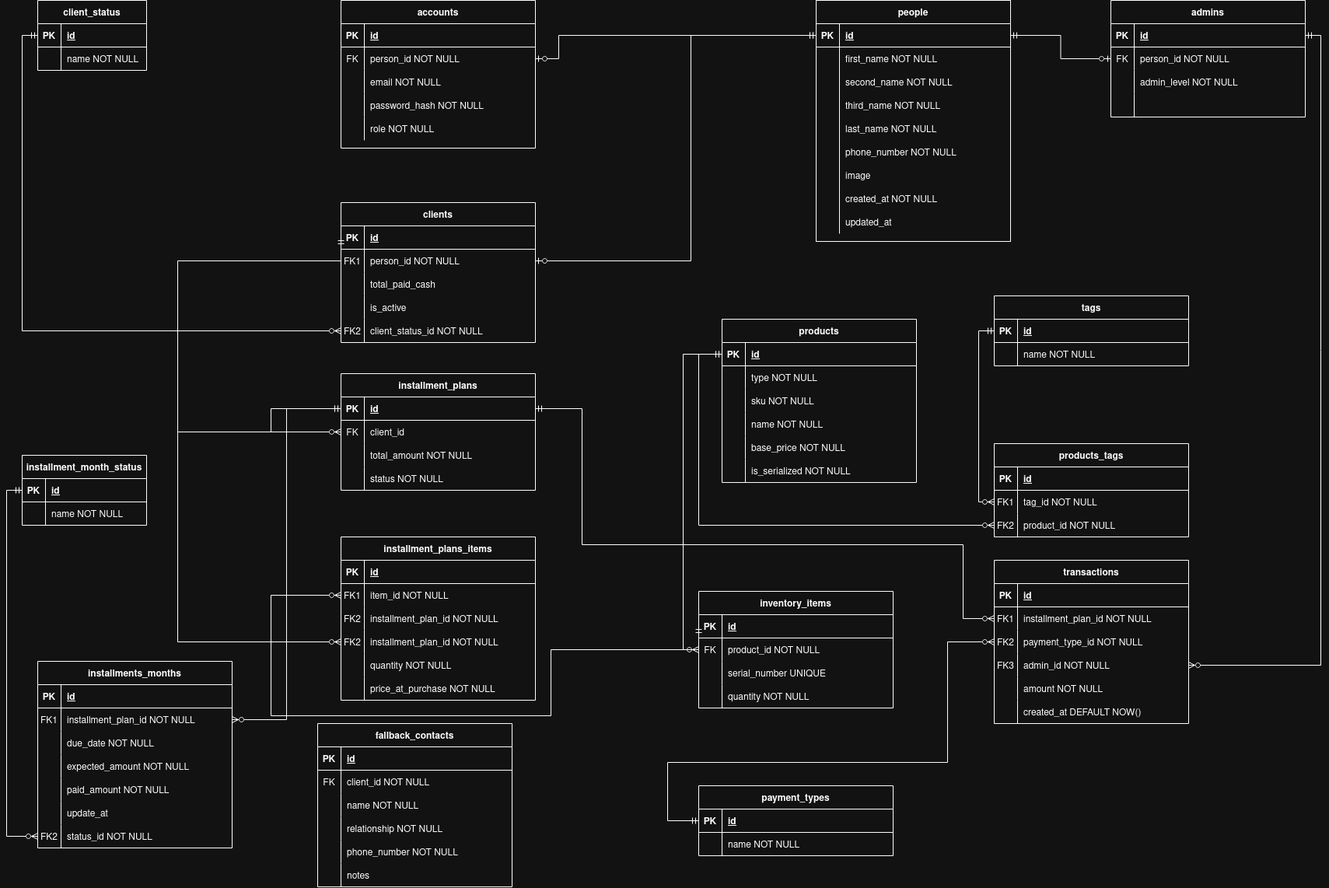
The draw.io diagram installments.drawio.png in ammar-elmesaly/Installments-System, before a commit. Source tidied: cells renumbered, new cells last; positions are measured from the earlier drawing's top-left corner, leaving out a move shared by most shapes.
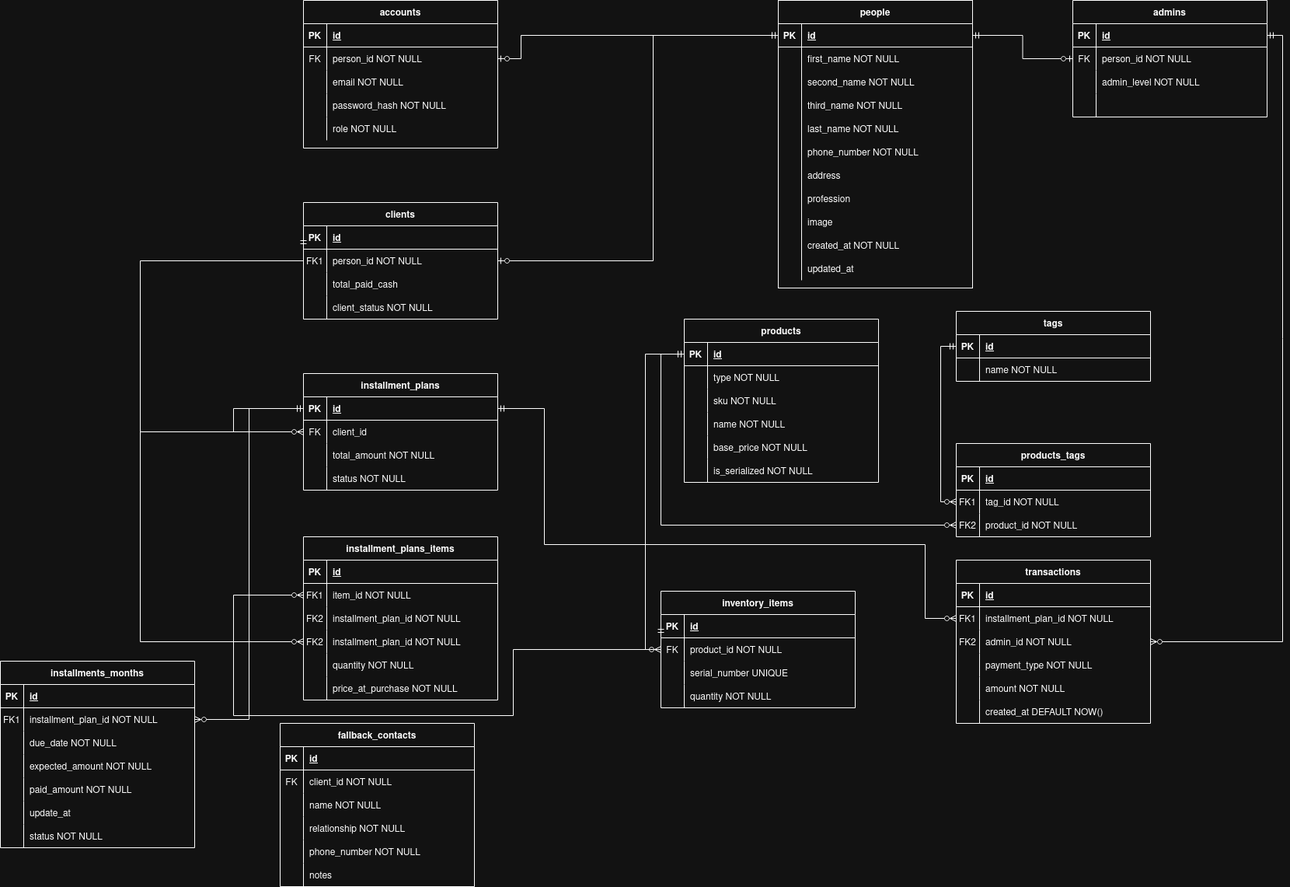
Later version of the same file.

Diff of the diagram source:
```diff
@@ -3,7 +3,7 @@
     <mxCell id="0" />
     <mxCell id="1" parent="0" />
     <mxCell id="2" value="people" style="shape=table;startSize=30;rowLines=0;fontStyle=1;align=center;" parent="1" vertex="1">
-      <mxGeometry x="1021" width="250" height="310" as="geometry" />
+      <mxGeometry x="1021" width="250" height="370" as="geometry" />
     </mxCell>
     <mxCell id="3" style="shape=partialRectangle;fillColor=none;points=[[0,0.5],[1,0.5]];portConstraint=eastwest;top=0;left=0;right=0;bottom=1;" parent="2" vertex="1">
       <mxGeometry y="30" width="250" height="30" as="geometry" />
@@ -59,8 +59,26 @@
     <mxCell id="20" value="phone_number NOT NULL" style="shape=partialRectangle;overflow=hidden;fillColor=none;top=0;left=0;bottom=0;right=0;align=left;spacingLeft=6;" parent="18" vertex="1">
       <mxGeometry x="30" width="220" height="30" as="geometry" />
     </mxCell>
+    <mxCell id="252" style="shape=partialRectangle;fillColor=none;top=0;left=0;right=0;bottom=0;" parent="2" vertex="1">
+      <mxGeometry y="210" width="250" height="30" as="geometry" />
+    </mxCell>
+    <mxCell id="253" style="shape=partialRectangle;overflow=hidden;fillColor=none;top=0;left=0;bottom=0;right=0;" parent="252" vertex="1">
+      <mxGeometry width="30" height="30" as="geometry" />
+    </mxCell>
+    <mxCell id="254" value="address" style="shape=partialRectangle;overflow=hidden;fillColor=none;top=0;left=0;bottom=0;right=0;align=left;spacingLeft=6;" parent="252" vertex="1">
+      <mxGeometry x="30" width="220" height="30" as="geometry" />
+    </mxCell>
+    <mxCell id="255" style="shape=partialRectangle;fillColor=none;top=0;left=0;right=0;bottom=0;" parent="2" vertex="1">
+      <mxGeometry y="240" width="250" height="30" as="geometry" />
+    </mxCell>
+    <mxCell id="256" style="shape=partialRectangle;overflow=hidden;fillColor=none;top=0;left=0;bottom=0;right=0;" parent="255" vertex="1">
+      <mxGeometry width="30" height="30" as="geometry" />
+    </mxCell>
+    <mxCell id="257" value="profession" style="shape=partialRectangle;overflow=hidden;fillColor=none;top=0;left=0;bottom=0;right=0;align=left;spacingLeft=6;" parent="255" vertex="1">
+      <mxGeometry x="30" width="220" height="30" as="geometry" />
+    </mxCell>
     <mxCell id="21" style="shape=partialRectangle;fillColor=none;top=0;left=0;right=0;bottom=0;" parent="2" vertex="1">
-      <mxGeometry y="210" width="250" height="30" as="geometry" />
+      <mxGeometry y="270" width="250" height="30" as="geometry" />
     </mxCell>
     <mxCell id="22" style="shape=partialRectangle;overflow=hidden;fillColor=none;top=0;left=0;bottom=0;right=0;" parent="21" vertex="1">
       <mxGeometry width="30" height="30" as="geometry" />
@@ -69,7 +87,7 @@
       <mxGeometry x="30" width="220" height="30" as="geometry" />
     </mxCell>
     <mxCell id="24" style="shape=partialRectangle;fillColor=none;top=0;left=0;right=0;bottom=0;" parent="2" vertex="1">
-      <mxGeometry y="240" width="250" height="30" as="geometry" />
+      <mxGeometry y="300" width="250" height="30" as="geometry" />
     </mxCell>
     <mxCell id="25" style="shape=partialRectangle;overflow=hidden;fillColor=none;top=0;left=0;bottom=0;right=0;" parent="24" vertex="1">
       <mxGeometry width="30" height="30" as="geometry" />
@@ -78,7 +96,7 @@
       <mxGeometry x="30" width="220" height="30" as="geometry" />
     </mxCell>
     <mxCell id="27" style="shape=partialRectangle;fillColor=none;top=0;left=0;right=0;bottom=0;" parent="2" vertex="1">
-      <mxGeometry y="270" width="250" height="30" as="geometry" />
+      <mxGeometry y="330" width="250" height="30" as="geometry" />
     </mxCell>
     <mxCell id="28" style="shape=partialRectangle;overflow=hidden;fillColor=none;top=0;left=0;bottom=0;right=0;" parent="27" vertex="1">
       <mxGeometry width="30" height="30" as="geometry" />
@@ -135,7 +153,7 @@
       <mxGeometry x="30" width="220" height="30" as="geometry" />
     </mxCell>
     <mxCell id="46" value="clients" style="shape=table;startSize=30;rowLines=0;fontStyle=1;align=center;" parent="1" vertex="1">
-      <mxGeometry x="410" y="260" width="250" height="180" as="geometry" />
+      <mxGeometry x="410" y="260" width="250" height="150" as="geometry" />
     </mxCell>
     <mxCell id="47" style="shape=partialRectangle;fillColor=none;points=[[0,0.5],[1,0.5]];portConstraint=eastwest;top=0;left=0;right=0;bottom=1;" parent="46" vertex="1">
       <mxGeometry y="30" width="250" height="30" as="geometry" />
@@ -164,22 +182,13 @@
     <mxCell id="55" value="total_paid_cash" style="shape=partialRectangle;overflow=hidden;fillColor=none;top=0;left=0;bottom=0;right=0;align=left;spacingLeft=6;" parent="53" vertex="1">
       <mxGeometry x="30" width="220" height="30" as="geometry" />
     </mxCell>
-    <mxCell id="56" style="shape=partialRectangle;fillColor=none;top=0;left=0;right=0;bottom=0;" parent="46" vertex="1">
-      <mxGeometry y="120" width="250" height="30" as="geometry" />
-    </mxCell>
-    <mxCell id="57" style="shape=partialRectangle;overflow=hidden;fillColor=none;top=0;left=0;bottom=0;right=0;" parent="56" vertex="1">
-      <mxGeometry width="30" height="30" as="geometry" />
-    </mxCell>
-    <mxCell id="58" value="is_active" style="shape=partialRectangle;overflow=hidden;fillColor=none;top=0;left=0;bottom=0;right=0;align=left;spacingLeft=6;" parent="56" vertex="1">
-      <mxGeometry x="30" width="220" height="30" as="geometry" />
-    </mxCell>
     <mxCell id="59" style="shape=partialRectangle;fillColor=none;points=[[0,0.5],[1,0.5]];portConstraint=eastwest;top=0;left=0;right=0;bottom=0;" parent="46" vertex="1">
-      <mxGeometry y="150" width="250" height="30" as="geometry" />
+      <mxGeometry y="120" width="250" height="30" as="geometry" />
     </mxCell>
-    <mxCell id="60" value="FK2" style="shape=partialRectangle;overflow=hidden;fillColor=none;top=0;left=0;bottom=0;right=0;" parent="59" vertex="1">
+    <mxCell id="60" style="shape=partialRectangle;overflow=hidden;fillColor=none;top=0;left=0;bottom=0;right=0;" parent="59" vertex="1">
       <mxGeometry width="30" height="30" as="geometry" />
     </mxCell>
-    <mxCell id="61" value="client_status_id NOT NULL" style="shape=partialRectangle;overflow=hidden;fillColor=none;top=0;left=0;bottom=0;right=0;align=left;spacingLeft=6;" parent="59" vertex="1">
+    <mxCell id="61" value="client_status NOT NULL" style="shape=partialRectangle;overflow=hidden;fillColor=none;top=0;left=0;bottom=0;right=0;align=left;spacingLeft=6;" parent="59" vertex="1">
       <mxGeometry x="30" width="220" height="30" as="geometry" />
     </mxCell>
     <mxCell id="62" style="edgeStyle=orthogonalEdgeStyle;rounded=0;jettySize=auto;html=1;exitX=1;exitY=0.5;exitDx=0;exitDy=0;entryX=0;entryY=0.5;entryDx=0;entryDy=0;strokeColor=default;endArrow=ERmandOne;endFill=0;strokeWidth=1;startArrow=ERzeroToOne;startFill=0;" parent="1" edge="1" source="50" target="3">
@@ -388,7 +397,7 @@
       <mxGeometry relative="1" as="geometry" />
     </mxCell>
     <mxCell id="125" value="tags" style="shape=table;startSize=30;rowLines=0;fontStyle=1;align=center;" parent="1" vertex="1">
-      <mxGeometry x="1250" y="380" width="250" height="90" as="geometry" />
+      <mxGeometry x="1250" y="400" width="250" height="90" as="geometry" />
     </mxCell>
     <mxCell id="126" style="shape=partialRectangle;fillColor=none;points=[[0,0.5],[1,0.5]];portConstraint=eastwest;top=0;left=0;right=0;bottom=1;" parent="125" vertex="1">
       <mxGeometry y="30" width="250" height="30" as="geometry" />
@@ -548,24 +557,24 @@
     <mxCell id="171" value="installment_plan_id NOT NULL" style="shape=partialRectangle;overflow=hidden;fillColor=none;top=0;left=0;bottom=0;right=0;align=left;spacingLeft=6;" parent="169" vertex="1">
       <mxGeometry x="30" width="220" height="30" as="geometry" />
     </mxCell>
-    <mxCell id="172" style="shape=partialRectangle;fillColor=none;points=[[0,0.5],[1,0.5]];portConstraint=eastwest;top=0;left=0;right=0;bottom=0;" parent="165" vertex="1">
-      <mxGeometry y="90" width="250" height="30" as="geometry" />
-    </mxCell>
-    <mxCell id="173" value="FK2" style="shape=partialRectangle;overflow=hidden;fillColor=none;top=0;left=0;bottom=0;right=0;" parent="172" vertex="1">
-      <mxGeometry width="30" height="30" as="geometry" />
-    </mxCell>
-    <mxCell id="174" value="payment_type_id NOT NULL" style="shape=partialRectangle;overflow=hidden;fillColor=none;top=0;left=0;bottom=0;right=0;align=left;spacingLeft=6;" parent="172" vertex="1">
-      <mxGeometry x="30" width="220" height="30" as="geometry" />
-    </mxCell>
     <mxCell id="175" style="shape=partialRectangle;fillColor=none;points=[[0,0.5],[1,0.5]];portConstraint=eastwest;top=0;left=0;right=0;bottom=0;" parent="165" vertex="1">
-      <mxGeometry y="120" width="250" height="30" as="geometry" />
+      <mxGeometry y="90" width="250" height="30" as="geometry" />
     </mxCell>
-    <mxCell id="176" value="FK3" style="shape=partialRectangle;overflow=hidden;fillColor=none;top=0;left=0;bottom=0;right=0;" parent="175" vertex="1">
+    <mxCell id="176" value="FK2" style="shape=partialRectangle;overflow=hidden;fillColor=none;top=0;left=0;bottom=0;right=0;" parent="175" vertex="1">
       <mxGeometry width="30" height="30" as="geometry" />
     </mxCell>
     <mxCell id="177" value="admin_id NOT NULL" style="shape=partialRectangle;overflow=hidden;fillColor=none;top=0;left=0;bottom=0;right=0;align=left;spacingLeft=6;" parent="175" vertex="1">
       <mxGeometry x="30" width="220" height="30" as="geometry" />
     </mxCell>
+    <mxCell id="56" style="shape=partialRectangle;fillColor=none;top=0;left=0;right=0;bottom=0;" parent="165" vertex="1">
+      <mxGeometry y="120" width="250" height="30" as="geometry" />
+    </mxCell>
+    <mxCell id="258" style="shape=partialRectangle;overflow=hidden;fillColor=none;top=0;left=0;bottom=0;right=0;" parent="56" vertex="1">
+      <mxGeometry width="30" height="30" as="geometry" />
+    </mxCell>
+    <mxCell id="259" value="payment_type NOT NULL" style="shape=partialRectangle;overflow=hidden;fillColor=none;top=0;left=0;bottom=0;right=0;align=left;spacingLeft=6;" parent="56" vertex="1">
+      <mxGeometry x="30" width="220" height="30" as="geometry" />
+    </mxCell>
     <mxCell id="178" style="shape=partialRectangle;fillColor=none;top=0;left=0;right=0;bottom=0;" parent="165" vertex="1">
       <mxGeometry y="150" width="250" height="30" as="geometry" />
     </mxCell>
@@ -584,37 +593,6 @@
     <mxCell id="183" value="created_at DEFAULT NOW()" style="shape=partialRectangle;overflow=hidden;fillColor=none;top=0;left=0;bottom=0;right=0;align=left;spacingLeft=6;" parent="181" vertex="1">
       <mxGeometry x="30" width="220" height="30" as="geometry" />
     </mxCell>
-    <mxCell id="184" value="payment_types" style="shape=table;startSize=30;rowLines=0;fontStyle=1;align=center;" parent="1" vertex="1">
-      <mxGeometry x="870" y="1010" width="250" height="90" as="geometry" />
-    </mxCell>
-    <mxCell id="185" style="shape=partialRectangle;fillColor=none;points=[[0,0.5],[1,0.5]];portConstraint=eastwest;top=0;left=0;right=0;bottom=1;" parent="184" vertex="1">
-      <mxGeometry y="30" width="250" height="30" as="geometry" />
-    </mxCell>
-    <mxCell id="186" value="PK" style="shape=partialRectangle;overflow=hidden;fillColor=none;top=0;left=0;bottom=0;right=0;fontStyle=1;" parent="185" vertex="1">
-      <mxGeometry width="30" height="30" as="geometry" />
-    </mxCell>
-    <mxCell id="187" value="id" style="shape=partialRectangle;overflow=hidden;fillColor=none;top=0;left=0;bottom=0;right=0;align=left;spacingLeft=6;fontStyle=5;" parent="185" vertex="1">
-      <mxGeometry x="30" width="220" height="30" as="geometry" />
-    </mxCell>
-    <mxCell id="188" style="shape=partialRectangle;fillColor=none;top=0;left=0;right=0;bottom=0;" parent="184" vertex="1">
-      <mxGeometry y="60" width="250" height="30" as="geometry" />
-    </mxCell>
-    <mxCell id="189" style="shape=partialRectangle;overflow=hidden;fillColor=none;top=0;left=0;bottom=0;right=0;" parent="188" vertex="1">
-      <mxGeometry width="30" height="30" as="geometry" />
-    </mxCell>
-    <mxCell id="190" value="name NOT NULL" style="shape=partialRectangle;overflow=hidden;fillColor=none;top=0;left=0;bottom=0;right=0;align=left;spacingLeft=6;" parent="188" vertex="1">
-      <mxGeometry x="30" width="220" height="30" as="geometry" />
-    </mxCell>
-    <mxCell id="191" style="edgeStyle=orthogonalEdgeStyle;shape=connector;rounded=0;jettySize=auto;html=1;exitX=0;exitY=0.5;exitDx=0;exitDy=0;strokeColor=default;align=center;verticalAlign=middle;fontFamily=Helvetica;fontSize=11;fontColor=default;labelBackgroundColor=default;startArrow=ERmandOne;startFill=0;endArrow=ERzeroToMany;endFill=0;" parent="1" edge="1" source="185" target="172">
-      <mxGeometry relative="1" as="geometry">
-        <Array as="points">
-          <mxPoint x="830" y="1055" />
-          <mxPoint x="830" y="980" />
-          <mxPoint x="1190" y="980" />
-          <mxPoint x="1190" y="825" />
-        </Array>
-      </mxGeometry>
-    </mxCell>
     <mxCell id="192" style="edgeStyle=orthogonalEdgeStyle;shape=connector;rounded=0;jettySize=auto;html=1;exitX=1;exitY=0.5;exitDx=0;exitDy=0;entryX=1;entryY=0.5;entryDx=0;entryDy=0;strokeColor=default;align=center;verticalAlign=middle;fontFamily=Helvetica;fontSize=11;fontColor=default;labelBackgroundColor=default;startArrow=ERmandOne;startFill=0;endArrow=ERzeroToMany;endFill=0;" parent="1" edge="1" source="78" target="175">
       <mxGeometry relative="1" as="geometry" />
     </mxCell>
@@ -685,30 +663,6 @@
     <mxCell id="212" value="notes" style="shape=partialRectangle;overflow=hidden;fillColor=none;top=0;left=0;bottom=0;right=0;align=left;spacingLeft=6;" parent="210" vertex="1">
       <mxGeometry x="30" width="220" height="30" as="geometry" />
     </mxCell>
-    <mxCell id="213" value="client_status" style="shape=table;startSize=30;rowLines=0;fontStyle=1;align=center;" parent="1" vertex="1">
-      <mxGeometry x="20" width="140" height="90" as="geometry" />
-    </mxCell>
-    <mxCell id="214" style="shape=partialRectangle;fillColor=none;points=[[0,0.5],[1,0.5]];portConstraint=eastwest;top=0;left=0;right=0;bottom=1;" parent="213" vertex="1">
-      <mxGeometry y="30" width="140" height="30" as="geometry" />
-    </mxCell>
-    <mxCell id="215" value="PK" style="shape=partialRectangle;overflow=hidden;fillColor=none;top=0;left=0;bottom=0;right=0;fontStyle=1;" parent="214" vertex="1">
-      <mxGeometry width="30" height="30" as="geometry" />
-    </mxCell>
-    <mxCell id="216" value="id" style="shape=partialRectangle;overflow=hidden;fillColor=none;top=0;left=0;bottom=0;right=0;align=left;spacingLeft=6;fontStyle=5;" parent="214" vertex="1">
-      <mxGeometry x="30" width="110" height="30" as="geometry" />
-    </mxCell>
-    <mxCell id="217" style="shape=partialRectangle;fillColor=none;top=0;left=0;right=0;bottom=0;" parent="213" vertex="1">
-      <mxGeometry y="60" width="140" height="30" as="geometry" />
-    </mxCell>
-    <mxCell id="218" style="shape=partialRectangle;overflow=hidden;fillColor=none;top=0;left=0;bottom=0;right=0;" parent="217" vertex="1">
-      <mxGeometry width="30" height="30" as="geometry" />
-    </mxCell>
-    <mxCell id="219" value="name NOT NULL" style="shape=partialRectangle;overflow=hidden;fillColor=none;top=0;left=0;bottom=0;right=0;align=left;spacingLeft=6;" parent="217" vertex="1">
-      <mxGeometry x="30" width="110" height="30" as="geometry" />
-    </mxCell>
-    <mxCell id="220" style="edgeStyle=orthogonalEdgeStyle;shape=connector;rounded=0;jettySize=auto;html=1;exitX=0;exitY=0.5;exitDx=0;exitDy=0;strokeColor=default;align=center;verticalAlign=middle;fontFamily=Helvetica;fontSize=11;fontColor=default;labelBackgroundColor=default;startArrow=ERmandOne;startFill=0;endArrow=ERzeroToMany;endFill=0;" parent="1" edge="1" source="214" target="59">
-      <mxGeometry relative="1" as="geometry" />
-    </mxCell>
     <mxCell id="221" value="installments_months" style="shape=table;startSize=30;rowLines=0;fontStyle=1;align=center;" parent="1" vertex="1">
       <mxGeometry x="20" y="850" width="250" height="240" as="geometry" />
     </mxCell>
@@ -769,38 +723,14 @@
     <mxCell id="240" style="shape=partialRectangle;fillColor=none;points=[[0,0.5],[1,0.5]];portConstraint=eastwest;top=0;left=0;right=0;bottom=0;" parent="221" vertex="1">
       <mxGeometry y="210" width="250" height="30" as="geometry" />
     </mxCell>
-    <mxCell id="241" value="FK2" style="shape=partialRectangle;overflow=hidden;fillColor=none;top=0;left=0;bottom=0;right=0;" parent="240" vertex="1">
+    <mxCell id="241" style="shape=partialRectangle;overflow=hidden;fillColor=none;top=0;left=0;bottom=0;right=0;" parent="240" vertex="1">
       <mxGeometry width="30" height="30" as="geometry" />
     </mxCell>
-    <mxCell id="242" value="status_id NOT NULL" style="shape=partialRectangle;overflow=hidden;fillColor=none;top=0;left=0;bottom=0;right=0;align=left;spacingLeft=6;" parent="240" vertex="1">
+    <mxCell id="242" value="status NOT NULL" style="shape=partialRectangle;overflow=hidden;fillColor=none;top=0;left=0;bottom=0;right=0;align=left;spacingLeft=6;" parent="240" vertex="1">
       <mxGeometry x="30" width="220" height="30" as="geometry" />
     </mxCell>
     <mxCell id="243" style="edgeStyle=orthogonalEdgeStyle;shape=connector;rounded=0;jettySize=auto;html=1;exitX=0;exitY=0.5;exitDx=0;exitDy=0;strokeColor=default;align=center;verticalAlign=middle;fontFamily=Helvetica;fontSize=11;fontColor=default;labelBackgroundColor=default;startArrow=ERmandOne;startFill=0;endArrow=ERzeroToMany;endFill=0;" parent="1" edge="1" source="65" target="225">
       <mxGeometry relative="1" as="geometry" />
     </mxCell>
-    <mxCell id="244" value="installment_month_status" style="shape=table;startSize=30;rowLines=0;fontStyle=1;align=center;" parent="1" vertex="1">
-      <mxGeometry y="585" width="160" height="90" as="geometry" />
-    </mxCell>
-    <mxCell id="245" style="shape=partialRectangle;fillColor=none;points=[[0,0.5],[1,0.5]];portConstraint=eastwest;top=0;left=0;right=0;bottom=1;" parent="244" vertex="1">
-      <mxGeometry y="30" width="160" height="30" as="geometry" />
-    </mxCell>
-    <mxCell id="246" value="PK" style="shape=partialRectangle;overflow=hidden;fillColor=none;top=0;left=0;bottom=0;right=0;fontStyle=1;" parent="245" vertex="1">
-      <mxGeometry width="30" height="30" as="geometry" />
-    </mxCell>
-    <mxCell id="247" value="id" style="shape=partialRectangle;overflow=hidden;fillColor=none;top=0;left=0;bottom=0;right=0;align=left;spacingLeft=6;fontStyle=5;" parent="245" vertex="1">
-      <mxGeometry x="30" width="130" height="30" as="geometry" />
-    </mxCell>
-    <mxCell id="248" style="shape=partialRectangle;fillColor=none;top=0;left=0;right=0;bottom=0;" parent="244" vertex="1">
-      <mxGeometry y="60" width="160" height="30" as="geometry" />
-    </mxCell>
-    <mxCell id="249" style="shape=partialRectangle;overflow=hidden;fillColor=none;top=0;left=0;bottom=0;right=0;" parent="248" vertex="1">
-      <mxGeometry width="30" height="30" as="geometry" />
-    </mxCell>
-    <mxCell id="250" value="name NOT NULL" style="shape=partialRectangle;overflow=hidden;fillColor=none;top=0;left=0;bottom=0;right=0;align=left;spacingLeft=6;" parent="248" vertex="1">
-      <mxGeometry x="30" width="130" height="30" as="geometry" />
-    </mxCell>
-    <mxCell id="251" style="edgeStyle=orthogonalEdgeStyle;shape=connector;rounded=0;jettySize=auto;html=1;exitX=0;exitY=0.5;exitDx=0;exitDy=0;strokeColor=default;align=center;verticalAlign=middle;fontFamily=Helvetica;fontSize=11;fontColor=default;labelBackgroundColor=default;startArrow=ERmandOne;startFill=0;endArrow=ERzeroToMany;endFill=0;" parent="1" edge="1" source="245" target="240">
-      <mxGeometry relative="1" as="geometry" />
-    </mxCell>
   </root>
 </mxGraphModel>
```
